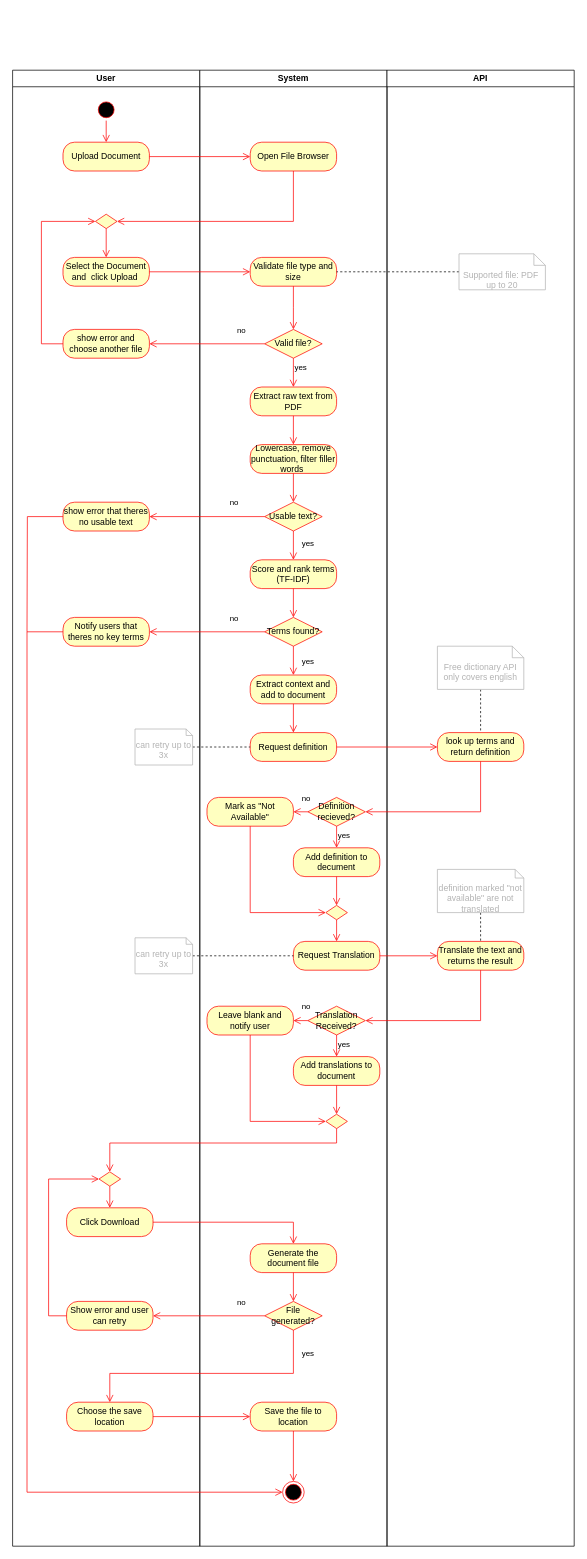
The draw.io diagram Activity Diagram/Activity Diagram-Pancit.drawio in Rndel01/IlocoAdal, before the edit. Source tidied: cells renumbered, new cells numbered last; positions are measured from the earlier drawing's top-left corner, leaving out a move shared by most shapes. Both pictures are drawn from the tidied source at 72%, with x=0, y=0 at pixel (12, 70).
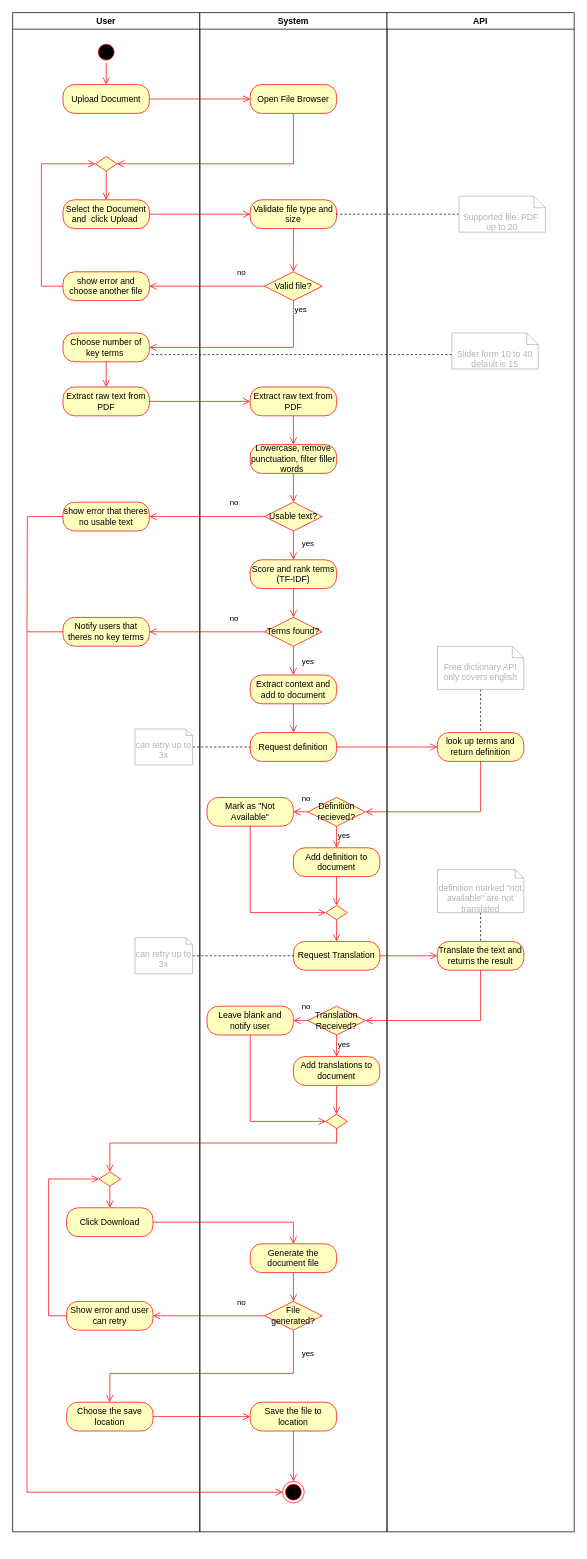
The same page after the edit.

Commit message (it also covers changes not shown here):
Updated Activity Diagram

The change refers to these unchanged cells:
```xml
<mxCell id="23" value="Extract raw text from PDF" style="rounded=1;whiteSpace=wrap;html=1;arcSize=40;fontColor=#000000;fillColor=#ffffc0;strokeColor=#ff0000;" parent="1" vertex="1">
  <mxGeometry x="330" y="440" width="120" height="40" as="geometry" />
</mxCell>
```

Diff of the diagram source:
```diff
@@
     <mxCell id="2" style="group;" parent="1" vertex="1">
-      <mxGeometry width="780" height="2050" as="geometry" />
+      <mxGeometry y="-80" width="780" height="2110" as="geometry" />
     </mxCell>
     <mxCell id="3" value="User" style="swimlane;whiteSpace=wrap;html=1;" parent="2" vertex="1">
-      <mxGeometry width="260" height="2050" as="geometry" />
+      <mxGeometry width="260" height="2110" as="geometry" />
     </mxCell>
     <mxCell id="4" value="System" style="swimlane;whiteSpace=wrap;html=1;" parent="2" vertex="1">
-      <mxGeometry x="260" width="260" height="2050" as="geometry" />
+      <mxGeometry x="260" width="260" height="2110" as="geometry" />
     </mxCell>
     <mxCell id="5" value="API" style="swimlane;whiteSpace=wrap;html=1;" parent="2" vertex="1">
-      <mxGeometry x="520" width="260" height="2050" as="geometry" />
+      <mxGeometry x="520" width="260" height="2110" as="geometry" />
     </mxCell>
     <mxCell id="6" style="ellipse;html=1;shape=startState;fillColor=#000000;strokeColor=#ff0000;" parent="1" vertex="1">
-      <mxGeometry x="115" y="40" width="30" height="30" as="geometry" />
+      <mxGeometry x="115" y="-40" width="30" height="30" as="geometry" />
     </mxCell>
@@
     <mxCell id="8" value="Upload Document" style="rounded=1;whiteSpace=wrap;html=1;arcSize=40;fontColor=#000000;fillColor=#ffffc0;strokeColor=#ff0000;" parent="1" vertex="1">
-      <mxGeometry x="70" y="100" width="120" height="40" as="geometry" />
+      <mxGeometry x="70" y="20" width="120" height="40" as="geometry" />
     </mxCell>
@@
     <mxCell id="10" value="Open File Browser" style="rounded=1;whiteSpace=wrap;html=1;arcSize=40;fontColor=#000000;fillColor=#ffffc0;strokeColor=#ff0000;" parent="1" vertex="1">
-      <mxGeometry x="330" y="100" width="120" height="40" as="geometry" />
+      <mxGeometry x="330" y="20" width="120" height="40" as="geometry" />
     </mxCell>
     <mxCell id="11" style="edgeStyle=orthogonalEdgeStyle;html=1;verticalAlign=bottom;endArrow=open;endSize=8;strokeColor=#ff0000;rounded=0;entryX=1;entryY=0.5;entryDx=0;entryDy=0;" parent="1" edge="1" source="10" target="12">
       <mxGeometry relative="1" as="geometry">
         <Array as="points">
-          <mxPoint x="390" y="210" />
+          <mxPoint x="390" y="130" />
         </Array>
       </mxGeometry>
     </mxCell>
     <mxCell id="12" style="rhombus;whiteSpace=wrap;html=1;fontColor=#000000;fillColor=#ffffc0;strokeColor=#ff0000;" parent="1" vertex="1">
-      <mxGeometry x="115" y="200" width="30" height="20" as="geometry" />
+      <mxGeometry x="115" y="120" width="30" height="20" as="geometry" />
     </mxCell>
@@
     <mxCell id="14" value="Select the Document and&amp;nbsp; click Upload&amp;nbsp;" style="rounded=1;whiteSpace=wrap;html=1;arcSize=40;fontColor=#000000;fillColor=#ffffc0;strokeColor=#ff0000;" parent="1" vertex="1">
-      <mxGeometry x="70" y="260" width="120" height="40" as="geometry" />
+      <mxGeometry x="70" y="180" width="120" height="40" as="geometry" />
     </mxCell>
@@
     <mxCell id="16" value="Validate file type and size" style="rounded=1;whiteSpace=wrap;html=1;arcSize=40;fontColor=#000000;fillColor=#ffffc0;strokeColor=#ff0000;" parent="1" vertex="1">
-      <mxGeometry x="330" y="260" width="120" height="40" as="geometry" />
+      <mxGeometry x="330" y="180" width="120" height="40" as="geometry" />
     </mxCell>
     <mxCell id="17" style="edgeStyle=orthogonalEdgeStyle;html=1;verticalAlign=bottom;endArrow=open;endSize=8;strokeColor=#ff0000;rounded=0;" parent="1" edge="1" source="16">
       <mxGeometry relative="1" as="geometry">
-        <mxPoint x="390" y="360" as="targetPoint" />
+        <mxPoint x="390" y="280" as="targetPoint" />
       </mxGeometry>
     </mxCell>
     <mxCell id="18" value="Valid file?" style="rhombus;whiteSpace=wrap;html=1;fontColor=#000000;fillColor=#ffffc0;strokeColor=#ff0000;" parent="1" vertex="1">
-      <mxGeometry x="350" y="360" width="80" height="40" as="geometry" />
+      <mxGeometry x="350" y="280" width="80" height="40" as="geometry" />
     </mxCell>
@@
-    <mxCell id="20" value="yes" style="edgeStyle=orthogonalEdgeStyle;html=1;align=left;verticalAlign=top;endArrow=open;endSize=8;strokeColor=#ff0000;rounded=0;" parent="1" edge="1" source="18" target="23">
-      <mxGeometry x="-1" relative="1" as="geometry" />
+    <mxCell id="20" value="yes" style="edgeStyle=orthogonalEdgeStyle;html=1;align=left;verticalAlign=top;endArrow=open;endSize=8;strokeColor=#ff0000;rounded=0;entryX=1;entryY=0.5;entryDx=0;entryDy=0;" parent="1" edge="1" source="18" target="93">
+      <mxGeometry x="-1" relative="1" as="geometry">
+        <Array as="points">
+          <mxPoint x="390" y="385" />
+        </Array>
+      </mxGeometry>
     </mxCell>
     <mxCell id="21" value="show error and choose another file" style="rounded=1;whiteSpace=wrap;html=1;arcSize=40;fontColor=#000000;fillColor=#ffffc0;strokeColor=#ff0000;" parent="1" vertex="1">
-      <mxGeometry x="70" y="360" width="120" height="40" as="geometry" />
+      <mxGeometry x="70" y="280" width="120" height="40" as="geometry" />
     </mxCell>
     <mxCell id="22" style="edgeStyle=orthogonalEdgeStyle;html=1;verticalAlign=bottom;endArrow=open;endSize=8;strokeColor=#ff0000;rounded=0;entryX=0;entryY=0.5;entryDx=0;entryDy=0;" parent="1" edge="1" source="21" target="12">
       <mxGeometry relative="1" as="geometry">
         <Array as="points">
-          <mxPoint x="40" y="380" />
-          <mxPoint x="40" y="210" />
+          <mxPoint x="40" y="300" />
+          <mxPoint x="40" y="130" />
         </Array>
       </mxGeometry>
     </mxCell>
@@
-    <mxCell id="50" value="Add definition to decument" style="rounded=1;whiteSpace=wrap;html=1;arcSize=40;fontColor=#000000;fillColor=#ffffc0;strokeColor=#ff0000;" parent="1" vertex="1">
+    <mxCell id="50" value="Add definition to document" style="rounded=1;whiteSpace=wrap;html=1;arcSize=40;fontColor=#000000;fillColor=#ffffc0;strokeColor=#ff0000;" parent="1" vertex="1">
       <mxGeometry x="390" y="1080" width="120" height="40" as="geometry" />
     </mxCell>
@@
     <mxCell id="88" value="Supported file: PDF&amp;nbsp;&lt;br&gt;up to 20" style="shape=note2;boundedLbl=1;whiteSpace=wrap;html=1;size=16;verticalAlign=top;align=center;fontColor=#B3B3B3;strokeColor=#B3B3B3;" parent="1" vertex="1">
-      <mxGeometry x="620" y="255" width="120" height="50" as="geometry" />
+      <mxGeometry x="620" y="175" width="120" height="50" as="geometry" />
     </mxCell>
@@
+    <mxCell id="93" value="Choose number of key terms&amp;nbsp;" style="rounded=1;whiteSpace=wrap;html=1;arcSize=40;fontColor=#000000;fillColor=#ffffc0;strokeColor=#ff0000;" parent="1" vertex="1">
+      <mxGeometry x="70" y="365" width="120" height="40" as="geometry" />
+    </mxCell>
+    <mxCell id="94" style="edgeStyle=orthogonalEdgeStyle;html=1;verticalAlign=bottom;endArrow=open;endSize=8;strokeColor=#ff0000;rounded=0;" parent="1" edge="1" source="93" target="95">
+      <mxGeometry relative="1" as="geometry" />
+    </mxCell>
+    <mxCell id="95" value="Extract raw text from PDF" style="rounded=1;whiteSpace=wrap;html=1;arcSize=40;fontColor=#000000;fillColor=#ffffc0;strokeColor=#ff0000;" parent="1" vertex="1">
+      <mxGeometry x="70" y="440" width="120" height="40" as="geometry" />
+    </mxCell>
+    <mxCell id="96" style="edgeStyle=orthogonalEdgeStyle;html=1;verticalAlign=bottom;endArrow=open;endSize=8;strokeColor=#ff0000;rounded=0;" parent="1" edge="1" source="95" target="23">
+      <mxGeometry relative="1" as="geometry" />
+    </mxCell>
+    <mxCell id="97" style="edgeStyle=orthogonalEdgeStyle;rounded=0;jettySize=auto;html=1;entryX=1;entryY=0.75;entryDx=0;entryDy=0;defaultLabelBackgroundColor=page;endArrow=none;endFill=0;dashed=1;" parent="1" edge="1" source="98" target="93">
+      <mxGeometry relative="1" as="geometry">
+        <Array as="points">
+          <mxPoint x="500" y="395" />
+          <mxPoint x="500" y="395" />
+        </Array>
+      </mxGeometry>
+    </mxCell>
+    <mxCell id="98" value="Slider form 10 to 40&lt;br&gt;default is 15" style="shape=note2;boundedLbl=1;whiteSpace=wrap;html=1;size=16;verticalAlign=top;align=center;fontColor=#B3B3B3;strokeColor=#B3B3B3;" parent="1" vertex="1">
+      <mxGeometry x="610" y="365" width="120" height="50" as="geometry" />
+    </mxCell>
```
